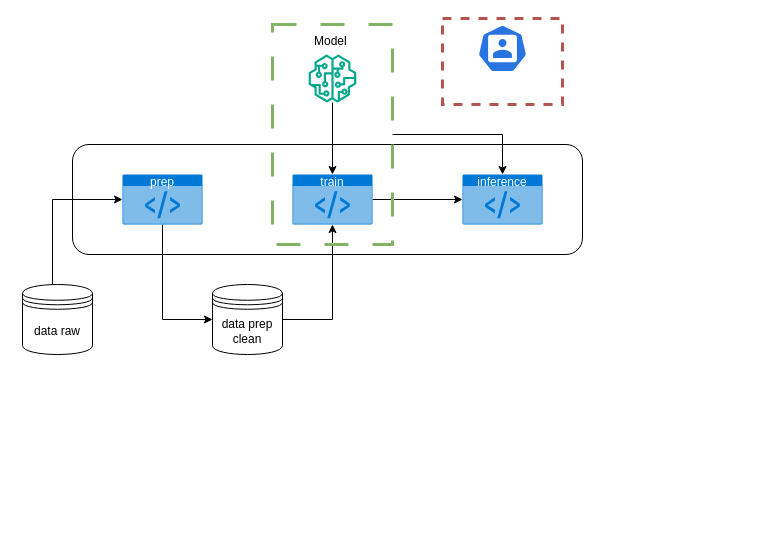
Before: Diagrama sin título.drawio in BGARCIAMA/MGE, a draw.io diagram. Source tidied: cells renumbered, new cells numbered last; positions are measured from the earlier drawing's top-left corner, leaving out a move shared by most shapes. Both pictures are drawn from the tidied source at 100%, with x=0, y=0 at pixel (22, 18).
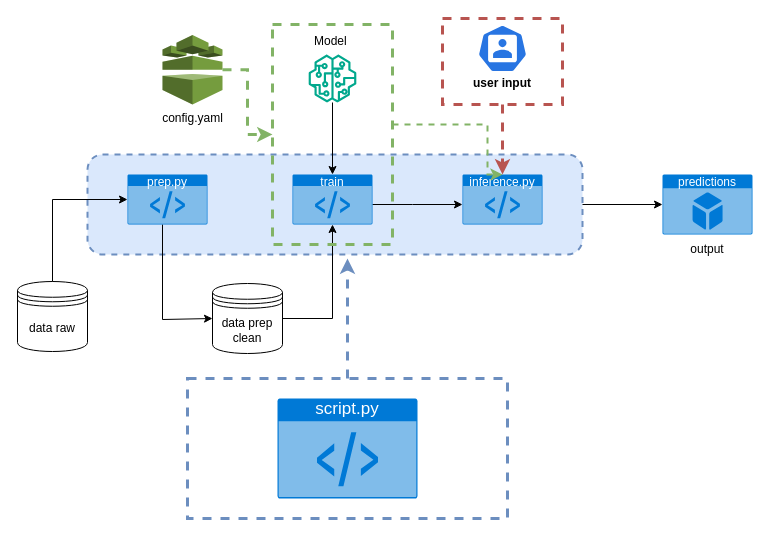
After the change.

Change to the diagram source:
```diff
@@
+    <mxCell id="18" style="edgeStyle=orthogonalEdgeStyle;rounded=0;jettySize=auto;html=1;exitX=0.5;exitY=0;exitDx=0;exitDy=0;fillColor=#dae8fc;strokeColor=#6c8ebf;strokeWidth=3;dashed=1;" parent="1" edge="1" source="19">
+      <mxGeometry relative="1" as="geometry">
+        <mxPoint x="325" y="240" as="targetPoint" />
+      </mxGeometry>
+    </mxCell>
+    <mxCell id="19" style="rounded=0;whiteSpace=wrap;html=1;fillColor=none;strokeColor=#6c8ebf;dashed=1;strokeWidth=3;" parent="1" vertex="1">
+      <mxGeometry x="165" y="360" width="320" height="140" as="geometry" />
+    </mxCell>
-    <mxCell id="2" style="rounded=1;whiteSpace=wrap;html=1;" parent="1" vertex="1">
-      <mxGeometry x="50" y="126" width="510" height="110" as="geometry" />
+    <mxCell id="2" style="rounded=1;whiteSpace=wrap;html=1;fillColor=#dae8fc;strokeColor=#6c8ebf;dashed=1;strokeWidth=2;" parent="1" vertex="1">
+      <mxGeometry x="65" y="136" width="495" height="100" as="geometry" />
     </mxCell>
@@
-    <mxCell id="4" value="prep" style="html=1;whiteSpace=wrap;strokeColor=none;fillColor=#0079D6;labelPosition=center;verticalLabelPosition=middle;verticalAlign=top;align=center;fontSize=12;outlineConnect=0;spacingTop=-6;fontColor=#FFFFFF;sketch=0;shape=mxgraph.sitemap.script;" parent="1" vertex="1">
-      <mxGeometry x="100" y="156" width="80" height="50" as="geometry" />
+    <mxCell id="4" value="prep.py" style="html=1;whiteSpace=wrap;strokeColor=none;fillColor=#0079D6;labelPosition=center;verticalLabelPosition=middle;verticalAlign=top;align=center;fontSize=12;outlineConnect=0;spacingTop=-6;fontColor=#FFFFFF;shape=mxgraph.sitemap.script;" parent="1" vertex="1">
+      <mxGeometry x="105" y="156" width="80" height="50" as="geometry" />
     </mxCell>
-    <mxCell id="5" value="inference" style="html=1;whiteSpace=wrap;strokeColor=none;fillColor=#0079D6;labelPosition=center;verticalLabelPosition=middle;verticalAlign=top;align=center;fontSize=12;outlineConnect=0;spacingTop=-6;fontColor=#FFFFFF;sketch=0;shape=mxgraph.sitemap.script;" parent="1" vertex="1">
+    <mxCell id="5" value="inference.py" style="html=1;whiteSpace=wrap;strokeColor=none;fillColor=#0079D6;labelPosition=center;verticalLabelPosition=middle;verticalAlign=top;align=center;fontSize=12;outlineConnect=0;spacingTop=-6;fontColor=#FFFFFF;shape=mxgraph.sitemap.script;" parent="1" vertex="1">
       <mxGeometry x="440" y="156" width="80" height="50" as="geometry" />
     </mxCell>
     <mxCell id="6" value="data raw" style="shape=datastore;whiteSpace=wrap;html=1;" parent="1" vertex="1">
-      <mxGeometry y="266" width="70" height="70" as="geometry" />
+      <mxGeometry x="-5" y="263" width="70" height="70" as="geometry" />
     </mxCell>
-    <mxCell id="7" style="edgeStyle=orthogonalEdgeStyle;rounded=0;jettySize=auto;html=1;entryX=0;entryY=0.5;entryDx=0;entryDy=0;entryPerimeter=0;" parent="1" edge="1" target="4">
-      <mxGeometry relative="1" as="geometry">
-        <mxPoint x="30" y="266" as="sourcePoint" />
-        <Array as="points">
-          <mxPoint x="30" y="181" />
-        </Array>
-      </mxGeometry>
-    </mxCell>
@@
     <mxCell id="9" value="data prep&lt;div&gt;clean&lt;/div&gt;" style="shape=datastore;whiteSpace=wrap;html=1;" parent="1" vertex="1">
-      <mxGeometry x="190" y="266" width="70" height="70" as="geometry" />
+      <mxGeometry x="190" y="265" width="70" height="70" as="geometry" />
     </mxCell>
@@
-    <mxCell id="11" style="sketch=0;outlineConnect=0;fontColor=#232F3E;gradientColor=none;fillColor=#01A88D;strokeColor=none;dashed=0;verticalLabelPosition=bottom;verticalAlign=top;align=center;html=1;fontSize=12;fontStyle=0;shape=mxgraph.aws4.sagemaker_model;" parent="1" vertex="1">
+    <mxCell id="11" style="outlineConnect=0;fontColor=#232F3E;gradientColor=none;fillColor=#01A88D;strokeColor=none;dashed=0;verticalLabelPosition=bottom;verticalAlign=top;align=center;html=1;fontSize=12;fontStyle=0;shape=mxgraph.aws4.sagemaker_model;" parent="1" vertex="1">
       <mxGeometry x="286" y="36" width="48" height="48" as="geometry" />
     </mxCell>
     <mxCell id="12" style="edgeStyle=orthogonalEdgeStyle;rounded=0;jettySize=auto;html=1;" parent="1" edge="1" source="13" target="5">
-      <mxGeometry relative="1" as="geometry" />
+      <mxGeometry relative="1" as="geometry">
+        <Array as="points">
+          <mxPoint x="390" y="186" />
+          <mxPoint x="390" y="186" />
+        </Array>
+      </mxGeometry>
     </mxCell>
-    <mxCell id="13" value="train" style="html=1;whiteSpace=wrap;strokeColor=none;fillColor=#0079D6;labelPosition=center;verticalLabelPosition=middle;verticalAlign=top;align=center;fontSize=12;outlineConnect=0;spacingTop=-6;fontColor=#FFFFFF;sketch=0;shape=mxgraph.sitemap.script;" parent="1" vertex="1">
+    <mxCell id="13" value="train" style="html=1;whiteSpace=wrap;strokeColor=none;fillColor=#0079D6;labelPosition=center;verticalLabelPosition=middle;verticalAlign=top;align=center;fontSize=12;outlineConnect=0;spacingTop=-6;fontColor=#FFFFFF;shape=mxgraph.sitemap.script;" parent="1" vertex="1">
       <mxGeometry x="270" y="156" width="80" height="50" as="geometry" />
     </mxCell>
-    <mxCell id="14" value="Model&amp;nbsp;&lt;div&gt;&lt;br&gt;&lt;/div&gt;&lt;div&gt;&lt;br&gt;&lt;/div&gt;&lt;div&gt;&lt;br&gt;&lt;/div&gt;&lt;div&gt;&lt;br&gt;&lt;/div&gt;&lt;div&gt;&lt;br&gt;&lt;/div&gt;&lt;div&gt;&lt;br&gt;&lt;/div&gt;&lt;div&gt;&lt;br&gt;&lt;/div&gt;&lt;div&gt;&lt;br&gt;&lt;/div&gt;&lt;div&gt;&lt;br&gt;&lt;/div&gt;&lt;div&gt;&lt;br&gt;&lt;/div&gt;&lt;div&gt;&lt;br&gt;&lt;/div&gt;&lt;div&gt;&lt;br&gt;&lt;/div&gt;&lt;div&gt;&lt;br&gt;&lt;/div&gt;" style="rounded=0;whiteSpace=wrap;html=1;fillColor=none;strokeColor=#82b366;dashed=1;dashPattern=8 8;strokeWidth=3;" parent="1" vertex="1">
+    <mxCell id="14" value="Model&amp;nbsp;&lt;div&gt;&lt;br&gt;&lt;/div&gt;&lt;div&gt;&lt;br&gt;&lt;/div&gt;&lt;div&gt;&lt;br&gt;&lt;/div&gt;&lt;div&gt;&lt;br&gt;&lt;/div&gt;&lt;div&gt;&lt;br&gt;&lt;/div&gt;&lt;div&gt;&lt;br&gt;&lt;/div&gt;&lt;div&gt;&lt;br&gt;&lt;/div&gt;&lt;div&gt;&lt;br&gt;&lt;/div&gt;&lt;div&gt;&lt;br&gt;&lt;/div&gt;&lt;div&gt;&lt;br&gt;&lt;/div&gt;&lt;div&gt;&lt;br&gt;&lt;/div&gt;&lt;div&gt;&lt;br&gt;&lt;/div&gt;&lt;div&gt;&lt;br&gt;&lt;/div&gt;" style="rounded=0;whiteSpace=wrap;html=1;fillColor=none;strokeColor=#82b366;dashed=1;strokeWidth=3;" parent="1" vertex="1">
       <mxGeometry x="250" y="6" width="120" height="220" as="geometry" />
     </mxCell>
-    <mxCell id="15" style="edgeStyle=orthogonalEdgeStyle;rounded=0;jettySize=auto;html=1;entryX=0.5;entryY=0;entryDx=0;entryDy=0;entryPerimeter=0;" parent="1" edge="1" source="14" target="5">
-      <mxGeometry relative="1" as="geometry" />
+    <mxCell id="15" style="edgeStyle=orthogonalEdgeStyle;rounded=0;jettySize=auto;html=1;entryX=0.5;entryY=0;entryDx=0;entryDy=0;entryPerimeter=0;fillColor=#d5e8d4;strokeColor=#82b366;strokeWidth=2;dashed=1;" parent="1" edge="1" source="14" target="5">
+      <mxGeometry relative="1" as="geometry">
+        <Array as="points">
+          <mxPoint x="465" y="106" />
+          <mxPoint x="465" y="156" />
+        </Array>
+      </mxGeometry>
     </mxCell>
-    <mxCell id="16" style="sketch=0;html=1;dashed=0;whitespace=wrap;fillColor=#2875E2;strokeColor=#ffffff;shape=mxgraph.kubernetes.icon2;prIcon=user;" parent="1" vertex="1">
+    <mxCell id="16" style="html=1;dashed=0;whitespace=wrap;fillColor=#2875E2;strokeColor=#ffffff;shape=mxgraph.kubernetes.icon2;prIcon=user;" parent="1" vertex="1">
       <mxGeometry x="455" y="6" width="50" height="48" as="geometry" />
     </mxCell>
-    <mxCell id="17" style="rounded=0;whiteSpace=wrap;html=1;fillColor=none;strokeColor=#b85450;dashed=1;strokeWidth=3;" parent="1" vertex="1">
+    <mxCell id="17" value="&lt;div&gt;&lt;br&gt;&lt;/div&gt;&lt;div&gt;&lt;br&gt;&lt;/div&gt;&lt;div&gt;&lt;br&gt;&lt;/div&gt;user input" style="rounded=0;whiteSpace=wrap;html=1;fillColor=none;strokeColor=#b85450;dashed=1;strokeWidth=3;fontStyle=1;" parent="1" vertex="1">
       <mxGeometry x="420" width="120" height="86" as="geometry" />
     </mxCell>
+    <mxCell id="20" style="edgeStyle=orthogonalEdgeStyle;rounded=0;jettySize=auto;html=1;entryX=0.5;entryY=0;entryDx=0;entryDy=0;entryPerimeter=0;dashed=1;fillColor=#f8cecc;strokeColor=#b85450;strokeWidth=3;" parent="1" edge="1" source="17" target="5">
+      <mxGeometry relative="1" as="geometry" />
+    </mxCell>
+    <mxCell id="21" value="predictions&lt;div&gt;&lt;br&gt;&lt;/div&gt;" style="html=1;whiteSpace=wrap;strokeColor=none;fillColor=#0079D6;labelPosition=center;verticalLabelPosition=middle;verticalAlign=top;align=center;fontSize=12;outlineConnect=0;spacingTop=-6;fontColor=#FFFFFF;shape=mxgraph.sitemap.products;" parent="1" vertex="1">
+      <mxGeometry x="640" y="156" width="90" height="60" as="geometry" />
+    </mxCell>
+    <mxCell id="22" style="edgeStyle=orthogonalEdgeStyle;rounded=0;jettySize=auto;html=1;entryX=0;entryY=0.5;entryDx=0;entryDy=0;entryPerimeter=0;" parent="1" edge="1" source="2" target="21">
+      <mxGeometry relative="1" as="geometry" />
+    </mxCell>
+    <mxCell id="23" style="edgeStyle=orthogonalEdgeStyle;rounded=0;jettySize=auto;html=1;entryX=0;entryY=0.5;entryDx=0;entryDy=0;dashed=1;fillColor=#d5e8d4;strokeColor=#82b366;strokeWidth=3;" parent="1" edge="1" source="24" target="14">
+      <mxGeometry relative="1" as="geometry" />
+    </mxCell>
+    <mxCell id="24" value="config.yaml" style="outlineConnect=0;dashed=0;verticalLabelPosition=bottom;verticalAlign=top;align=center;html=1;shape=mxgraph.aws3.config;fillColor=#759C3E;gradientColor=none;" parent="1" vertex="1">
+      <mxGeometry x="140" y="16.5" width="60" height="69.5" as="geometry" />
+    </mxCell>
+    <mxCell id="25" style="edgeStyle=orthogonalEdgeStyle;rounded=0;jettySize=auto;html=1;entryX=0;entryY=0.5;entryDx=0;entryDy=0;entryPerimeter=0;" parent="1" edge="1" source="6" target="4">
+      <mxGeometry relative="1" as="geometry">
+        <Array as="points">
+          <mxPoint x="30" y="181" />
+        </Array>
+      </mxGeometry>
+    </mxCell>
+    <mxCell id="26" value="output" style="text;strokeColor=none;align=center;fillColor=none;html=1;verticalAlign=middle;whiteSpace=wrap;rounded=0;" parent="1" vertex="1">
+      <mxGeometry x="655" y="216" width="60" height="30" as="geometry" />
+    </mxCell>
+    <mxCell id="27" value="&lt;div&gt;&lt;span style=&quot;background-color: initial;&quot;&gt;&lt;font style=&quot;font-size: 17px;&quot;&gt;script.py&lt;/font&gt;&lt;/span&gt;&lt;br&gt;&lt;/div&gt;" style="html=1;whiteSpace=wrap;strokeColor=none;fillColor=#0079D6;labelPosition=center;verticalLabelPosition=middle;verticalAlign=top;align=center;fontSize=12;spacingTop=-6;fontColor=#FFFFFF;sketch=0;shape=mxgraph.sitemap.script;" parent="1" vertex="1">
+      <mxGeometry x="255" y="380" width="140" height="100" as="geometry" />
+    </mxCell>
```
